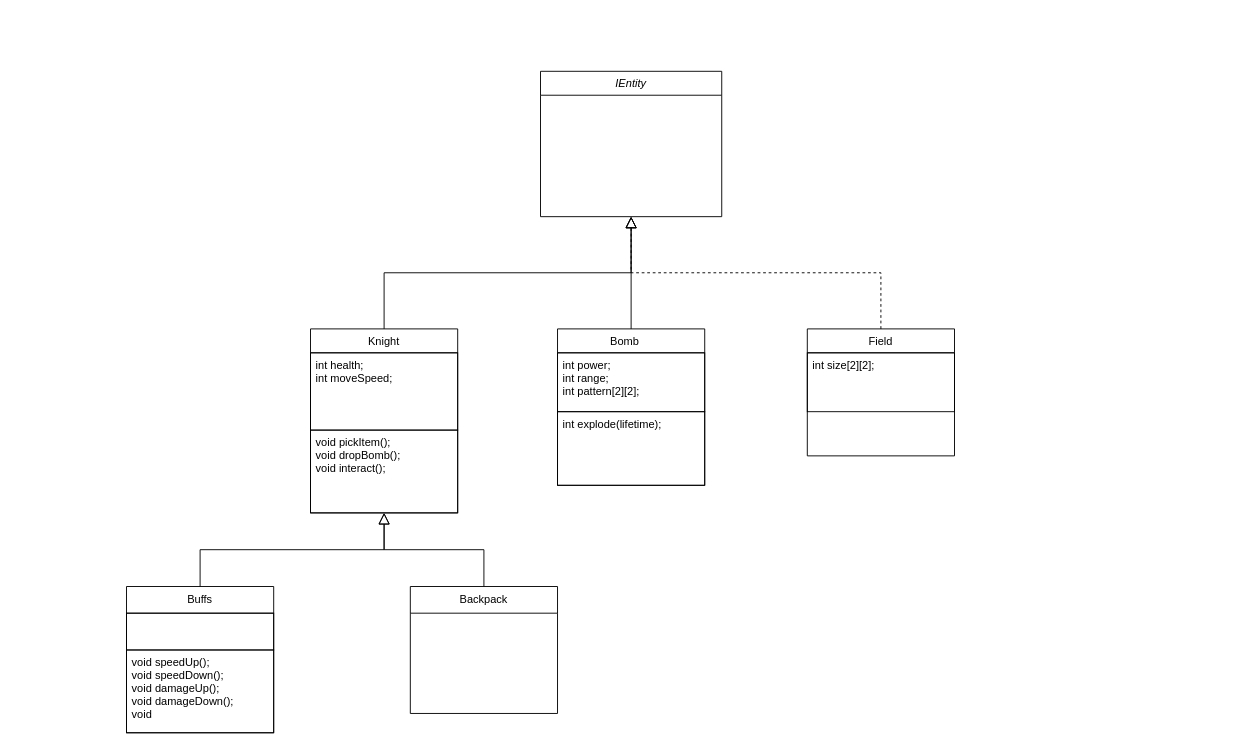
The draw.io diagram page "Entity" (1 of 4) of UMLGeneralFramework.drawio in Kragoum/BomberKnight, before the edit. Source tidied: cells renumbered, new cells numbered last; positions are measured from the earlier drawing's top-left corner, leaving out a move shared by most shapes. Both pictures are drawn from the tidied source at 92%, with x=0, y=0 at pixel (126, 71).
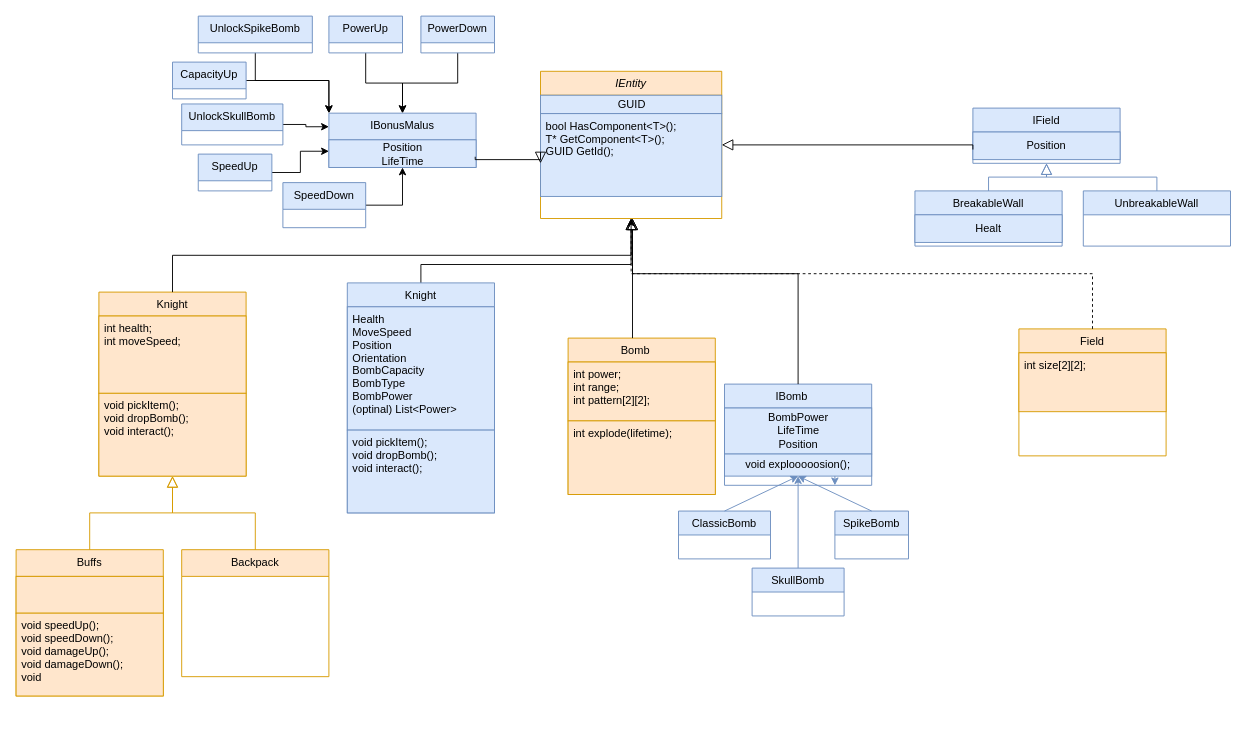
After the change.

Change to the diagram source:
```diff
@@
-    <mxCell id="2" value="IEntity" style="swimlane;fontStyle=2;align=center;verticalAlign=top;horizontal=1;startSize=26;rounded=0;shadow=0;strokeWidth=1;" parent="1" vertex="1">
-      <mxGeometry x="450" width="197" height="158" as="geometry" />
+    <mxCell id="2" value="IEntity" style="swimlane;fontStyle=2;align=center;verticalAlign=top;horizontal=1;startSize=26;rounded=0;shadow=0;strokeWidth=1;fillColor=#ffe6cc;strokeColor=#d79b00;" parent="1" vertex="1">
+      <mxGeometry x="450" width="197" height="160" as="geometry" />
     </mxCell>
+    <mxCell id="20" value="GUID" style="text;html=1;align=center;verticalAlign=middle;strokeColor=#6c8ebf;fillColor=#dae8fc;" parent="2" vertex="1">
+      <mxGeometry y="26" width="197" height="20" as="geometry" />
+    </mxCell>
+    <mxCell id="21" value="bool HasComponent&lt;T&gt;();&#10;T* GetComponent&lt;T&gt;();&#10;GUID GetId();" style="text;align=left;verticalAlign=top;spacingLeft=4;spacingRight=4;overflow=hidden;strokeColor=#6c8ebf;fillColor=#dae8fc;" parent="2" vertex="1">
+      <mxGeometry y="46" width="197" height="90" as="geometry" />
+    </mxCell>
-    <mxCell id="3" value="Knight" style="swimlane;fontStyle=0;align=center;verticalAlign=top;horizontal=1;startSize=26;rounded=0;shadow=0;strokeWidth=1;" parent="1" vertex="1">
-      <mxGeometry x="200" y="280" width="160" height="200" as="geometry" />
+    <mxCell id="3" value="Knight" style="swimlane;fontStyle=0;align=center;verticalAlign=top;horizontal=1;startSize=26;rounded=0;shadow=0;strokeWidth=1;fillColor=#ffe6cc;strokeColor=#d79b00;" parent="1" vertex="1">
+      <mxGeometry x="-30" y="240" width="160" height="200" as="geometry" />
     </mxCell>
-    <mxCell id="4" value="int health;&#10;int moveSpeed;&#10;" style="text;align=left;verticalAlign=top;spacingLeft=4;spacingRight=4;overflow=hidden;strokeColor=default;" parent="3" vertex="1">
+    <mxCell id="4" value="int health;&#10;int moveSpeed;&#10;" style="text;align=left;verticalAlign=top;spacingLeft=4;spacingRight=4;overflow=hidden;strokeColor=#d79b00;fillColor=#ffe6cc;" parent="3" vertex="1">
       <mxGeometry y="26" width="160" height="84" as="geometry" />
     </mxCell>
-    <mxCell id="5" value="void pickItem();&#10;void dropBomb();&#10;void interact();&#10;" style="text;align=left;verticalAlign=top;spacingLeft=4;spacingRight=4;overflow=hidden;points=[[0,0.5],[1,0.5]];portConstraint=eastwest;strokeColor=default;" parent="3" vertex="1">
+    <mxCell id="5" value="void pickItem();&#10;void dropBomb();&#10;void interact();&#10;" style="text;align=left;verticalAlign=top;spacingLeft=4;spacingRight=4;overflow=hidden;points=[[0,0.5],[1,0.5]];portConstraint=eastwest;strokeColor=#d79b00;fillColor=#ffe6cc;" parent="3" vertex="1">
       <mxGeometry y="110" width="160" height="90" as="geometry" />
     </mxCell>
@@
-    <mxCell id="7" value="Bomb    " style="swimlane;fontStyle=0;align=center;verticalAlign=top;horizontal=1;startSize=26;rounded=0;shadow=0;strokeWidth=1;" parent="1" vertex="1">
-      <mxGeometry x="468.5" y="280" width="160" height="170" as="geometry" />
+    <mxCell id="7" value="Bomb    " style="swimlane;fontStyle=0;align=center;verticalAlign=top;horizontal=1;startSize=26;rounded=0;shadow=0;strokeWidth=1;fillColor=#ffe6cc;strokeColor=#d79b00;" parent="1" vertex="1">
+      <mxGeometry x="480" y="290" width="160" height="170" as="geometry" />
     </mxCell>
-    <mxCell id="8" value="int power;&#10;int range;&#10;int pattern[2][2];&#10;&#10;" style="text;align=left;verticalAlign=top;spacingLeft=4;spacingRight=4;overflow=hidden;strokeColor=default;" parent="7" vertex="1">
+    <mxCell id="8" value="int power;&#10;int range;&#10;int pattern[2][2];&#10;&#10;" style="text;align=left;verticalAlign=top;spacingLeft=4;spacingRight=4;overflow=hidden;strokeColor=#d79b00;fillColor=#ffe6cc;" parent="7" vertex="1">
       <mxGeometry y="26" width="160" height="64" as="geometry" />
     </mxCell>
-    <mxCell id="9" value="int explode(lifetime);&#10;" style="text;align=left;verticalAlign=top;spacingLeft=4;spacingRight=4;overflow=hidden;strokeColor=default;" parent="7" vertex="1">
+    <mxCell id="9" value="int explode(lifetime);&#10;" style="text;align=left;verticalAlign=top;spacingLeft=4;spacingRight=4;overflow=hidden;strokeColor=#d79b00;fillColor=#ffe6cc;" parent="7" vertex="1">
       <mxGeometry y="90" width="160" height="80" as="geometry" />
     </mxCell>
     <mxCell id="10" style="endArrow=block;endSize=10;endFill=0;shadow=0;strokeWidth=1;rounded=0;edgeStyle=elbowEdgeStyle;elbow=vertical;" parent="1" edge="1" source="7" target="2">
-      <mxGeometry relative="1" as="geometry" />
+      <mxGeometry relative="1" as="geometry">
+        <Array as="points">
+          <mxPoint x="550" y="220" />
+        </Array>
+      </mxGeometry>
     </mxCell>
-    <mxCell id="11" value="Buffs" style="swimlane;fontStyle=0;align=center;verticalAlign=top;horizontal=1;startSize=29;rounded=0;shadow=0;strokeWidth=1;" parent="1" vertex="1">
-      <mxGeometry y="560" width="160" height="159" as="geometry" />
+    <mxCell id="11" value="Buffs" style="swimlane;fontStyle=0;align=center;verticalAlign=top;horizontal=1;startSize=29;rounded=0;shadow=0;strokeWidth=1;fillColor=#ffe6cc;strokeColor=#d79b00;" parent="1" vertex="1">
+      <mxGeometry x="-120" y="520" width="160" height="159" as="geometry" />
     </mxCell>
-    <mxCell id="12" style="text;html=1;align=center;verticalAlign=middle;strokeColor=default;fillColor=none;" parent="11" vertex="1">
+    <mxCell id="12" style="text;html=1;align=center;verticalAlign=middle;strokeColor=#d79b00;fillColor=#ffe6cc;" parent="11" vertex="1">
       <mxGeometry y="29" width="160" height="40" as="geometry" />
     </mxCell>
-    <mxCell id="13" value="void speedUp();&#10;void speedDown();&#10;void damageUp();&#10;void damageDown();&#10;void " style="text;align=left;verticalAlign=top;spacingLeft=4;spacingRight=4;overflow=hidden;strokeColor=default;" parent="11" vertex="1">
+    <mxCell id="13" value="void speedUp();&#10;void speedDown();&#10;void damageUp();&#10;void damageDown();&#10;void " style="text;align=left;verticalAlign=top;spacingLeft=4;spacingRight=4;overflow=hidden;strokeColor=#d79b00;fillColor=#ffe6cc;" parent="11" vertex="1">
       <mxGeometry y="69" width="160" height="90" as="geometry" />
     </mxCell>
-    <mxCell id="14" value="Field" style="swimlane;fontStyle=0;align=center;verticalAlign=top;horizontal=1;startSize=26;rounded=0;shadow=0;strokeWidth=1;" parent="1" vertex="1">
-      <mxGeometry x="740" y="280" width="160" height="138" as="geometry" />
+    <mxCell id="14" value="Field" style="swimlane;fontStyle=0;align=center;verticalAlign=top;horizontal=1;startSize=26;rounded=0;shadow=0;strokeWidth=1;fillColor=#ffe6cc;strokeColor=#d79b00;" parent="1" vertex="1">
+      <mxGeometry x="970" y="280" width="160" height="138" as="geometry" />
     </mxCell>
-    <mxCell id="15" value="int size[2][2];&#10;&#10;" style="text;align=left;verticalAlign=top;spacingLeft=4;spacingRight=4;overflow=hidden;strokeColor=default;" parent="14" vertex="1">
+    <mxCell id="15" value="int size[2][2];&#10;&#10;" style="text;align=left;verticalAlign=top;spacingLeft=4;spacingRight=4;overflow=hidden;strokeColor=#d79b00;fillColor=#ffe6cc;" parent="14" vertex="1">
       <mxGeometry y="26" width="160" height="64" as="geometry" />
     </mxCell>
@@
-    <mxCell id="17" value="Backpack" style="swimlane;fontStyle=0;align=center;verticalAlign=top;horizontal=1;startSize=29;rounded=0;shadow=0;strokeWidth=1;" parent="1" vertex="1">
-      <mxGeometry x="308.5" y="560" width="160" height="138" as="geometry" />
+    <mxCell id="17" value="Backpack" style="swimlane;fontStyle=0;align=center;verticalAlign=top;horizontal=1;startSize=29;rounded=0;shadow=0;strokeWidth=1;fillColor=#ffe6cc;strokeColor=#d79b00;" parent="1" vertex="1">
+      <mxGeometry x="60" y="520" width="160" height="138" as="geometry" />
     </mxCell>
-    <mxCell id="18" style="endArrow=block;endSize=10;endFill=0;shadow=0;strokeWidth=1;rounded=0;edgeStyle=elbowEdgeStyle;elbow=vertical;entryX=0.5;entryY=1;entryDx=0;entryDy=0;entryPerimeter=0;exitX=0.5;exitY=0;exitDx=0;exitDy=0;" parent="1" edge="1" source="17" target="5">
+    <mxCell id="18" style="endArrow=block;endSize=10;endFill=0;shadow=0;strokeWidth=1;rounded=0;edgeStyle=elbowEdgeStyle;elbow=vertical;entryX=0.5;entryY=1;entryDx=0;entryDy=0;entryPerimeter=0;exitX=0.5;exitY=0;exitDx=0;exitDy=0;fillColor=#ffe6cc;strokeColor=#d79b00;" parent="1" edge="1" source="17" target="5">
       <mxGeometry relative="1" as="geometry" />
     </mxCell>
-    <mxCell id="19" style="endArrow=block;endSize=10;endFill=0;shadow=0;strokeWidth=1;rounded=0;edgeStyle=elbowEdgeStyle;elbow=vertical;exitX=0.5;exitY=0;exitDx=0;exitDy=0;" parent="1" edge="1" source="11">
+    <mxCell id="19" style="endArrow=block;endSize=10;endFill=0;shadow=0;strokeWidth=1;rounded=0;edgeStyle=elbowEdgeStyle;elbow=vertical;exitX=0.5;exitY=0;exitDx=0;exitDy=0;fillColor=#ffe6cc;strokeColor=#d79b00;" parent="1" edge="1" source="11">
       <mxGeometry relative="1" as="geometry">
-        <mxPoint x="280" y="480" as="targetPoint" />
+        <mxPoint x="50" y="440" as="targetPoint" />
       </mxGeometry>
     </mxCell>
+    <mxCell id="22" value="IField" style="swimlane;fontStyle=0;align=center;verticalAlign=top;horizontal=1;startSize=26;rounded=0;shadow=0;strokeWidth=1;fillColor=#dae8fc;strokeColor=#6c8ebf;" parent="1" vertex="1">
+      <mxGeometry x="920" y="40" width="160" height="60" as="geometry" />
+    </mxCell>
+    <mxCell id="23" value="Position" style="text;html=1;strokeColor=#6c8ebf;fillColor=#dae8fc;align=center;verticalAlign=middle;whiteSpace=wrap;rounded=0;" parent="22" vertex="1">
+      <mxGeometry y="26" width="160" height="30" as="geometry" />
+    </mxCell>
+    <mxCell id="24" style="endArrow=block;endSize=10;endFill=0;shadow=0;strokeWidth=1;rounded=0;edgeStyle=elbowEdgeStyle;elbow=vertical;entryX=1;entryY=0.5;entryDx=0;entryDy=0;exitX=0;exitY=0.75;exitDx=0;exitDy=0;" parent="1" edge="1" source="22" target="2">
+      <mxGeometry relative="1" as="geometry">
+        <Array as="points">
+          <mxPoint x="800" y="80" />
+        </Array>
+      </mxGeometry>
+    </mxCell>
+    <mxCell id="25" value="BreakableWall" style="swimlane;fontStyle=0;align=center;verticalAlign=top;horizontal=1;startSize=26;rounded=0;shadow=0;strokeWidth=1;fillColor=#dae8fc;strokeColor=#6c8ebf;" parent="1" vertex="1">
+      <mxGeometry x="857" y="130" width="160" height="60" as="geometry" />
+    </mxCell>
+    <mxCell id="26" value="Healt" style="text;html=1;strokeColor=#6c8ebf;fillColor=#dae8fc;align=center;verticalAlign=middle;whiteSpace=wrap;rounded=0;" parent="25" vertex="1">
+      <mxGeometry y="26" width="160" height="30" as="geometry" />
+    </mxCell>
+    <mxCell id="27" value="UnbreakableWall" style="swimlane;fontStyle=0;align=center;verticalAlign=top;horizontal=1;startSize=26;rounded=0;shadow=0;strokeWidth=1;fillColor=#dae8fc;strokeColor=#6c8ebf;" parent="1" vertex="1">
+      <mxGeometry x="1040" y="130" width="160" height="60" as="geometry" />
+    </mxCell>
+    <mxCell id="28" style="endArrow=block;endSize=10;endFill=0;shadow=0;strokeWidth=1;rounded=0;edgeStyle=elbowEdgeStyle;elbow=vertical;entryX=0.5;entryY=1;entryDx=0;entryDy=0;fillColor=#dae8fc;strokeColor=#6c8ebf;" parent="1" edge="1" source="25" target="22">
+      <mxGeometry relative="1" as="geometry" />
+    </mxCell>
+    <mxCell id="29" style="endArrow=block;endSize=10;endFill=0;shadow=0;strokeWidth=1;rounded=0;edgeStyle=elbowEdgeStyle;elbow=vertical;fillColor=#dae8fc;strokeColor=#6c8ebf;" parent="1" edge="1" source="27">
+      <mxGeometry relative="1" as="geometry">
+        <mxPoint x="1000" y="100" as="targetPoint" />
+      </mxGeometry>
+    </mxCell>
+    <mxCell id="30" value="IBomb    " style="swimlane;fontStyle=0;align=center;verticalAlign=top;horizontal=1;startSize=26;rounded=0;shadow=0;strokeWidth=1;fillColor=#dae8fc;strokeColor=#6c8ebf;" parent="1" vertex="1">
+      <mxGeometry x="650" y="340" width="160" height="110" as="geometry" />
+    </mxCell>
+    <mxCell id="31" value="&lt;span style=&quot;text-align: left;&quot;&gt;BombPower&lt;/span&gt;&lt;br&gt;LifeTime&lt;br&gt;Position" style="text;html=1;align=center;verticalAlign=middle;strokeColor=#6c8ebf;fillColor=#dae8fc;" parent="30" vertex="1">
+      <mxGeometry y="26" width="160" height="50" as="geometry" />
+    </mxCell>
+    <mxCell id="32" style="edgeStyle=orthogonalEdgeStyle;rounded=0;jettySize=auto;html=1;exitX=0.75;exitY=1;exitDx=0;exitDy=0;entryX=0.75;entryY=1;entryDx=0;entryDy=0;fillColor=#dae8fc;strokeColor=#6c8ebf;" parent="30" edge="1" source="33" target="30">
+      <mxGeometry relative="1" as="geometry" />
+    </mxCell>
+    <mxCell id="33" value="void explooooosion();" style="rounded=0;whiteSpace=wrap;html=1;fillColor=#dae8fc;strokeColor=#6c8ebf;" parent="30" vertex="1">
+      <mxGeometry y="76" width="160" height="24" as="geometry" />
+    </mxCell>
+    <mxCell id="34" value="ClassicBomb" style="swimlane;fontStyle=0;align=center;verticalAlign=top;horizontal=1;startSize=26;rounded=0;shadow=0;strokeWidth=1;fillColor=#dae8fc;strokeColor=#6c8ebf;" parent="1" vertex="1">
+      <mxGeometry x="600" y="478" width="100" height="52" as="geometry" />
+    </mxCell>
+    <mxCell id="35" value="SpikeBomb" style="swimlane;fontStyle=0;align=center;verticalAlign=top;horizontal=1;startSize=26;rounded=0;shadow=0;strokeWidth=1;fillColor=#dae8fc;strokeColor=#6c8ebf;" parent="1" vertex="1">
+      <mxGeometry x="770" y="478" width="80" height="52" as="geometry" />
+    </mxCell>
+    <mxCell id="36" style="endArrow=classic;html=1;rounded=0;entryX=0.5;entryY=1;entryDx=0;entryDy=0;exitX=0.5;exitY=0;exitDx=0;exitDy=0;fillColor=#dae8fc;strokeColor=#6c8ebf;" parent="1" edge="1" source="34" target="33">
+      <mxGeometry relative="1" as="geometry" />
+    </mxCell>
+    <mxCell id="37" style="endArrow=classic;html=1;rounded=0;entryX=0.5;entryY=1;entryDx=0;entryDy=0;exitX=0.5;exitY=0;exitDx=0;exitDy=0;fillColor=#dae8fc;strokeColor=#6c8ebf;" parent="1" edge="1" source="35" target="33">
+      <mxGeometry relative="1" as="geometry" />
+    </mxCell>
+    <mxCell id="38" value="SkullBomb" style="swimlane;fontStyle=0;align=center;verticalAlign=top;horizontal=1;startSize=26;rounded=0;shadow=0;strokeWidth=1;fillColor=#dae8fc;strokeColor=#6c8ebf;" parent="1" vertex="1">
+      <mxGeometry x="680" y="540" width="100" height="52" as="geometry" />
+    </mxCell>
+    <mxCell id="39" style="endArrow=classic;html=1;rounded=0;entryX=0.5;entryY=1;entryDx=0;entryDy=0;exitX=0.5;exitY=0;exitDx=0;exitDy=0;fillColor=#dae8fc;strokeColor=#6c8ebf;" parent="1" edge="1" source="38" target="33">
+      <mxGeometry relative="1" as="geometry" />
+    </mxCell>
+    <mxCell id="40" style="endArrow=block;endSize=10;endFill=0;shadow=0;strokeWidth=1;rounded=0;edgeStyle=elbowEdgeStyle;elbow=vertical;exitX=0.5;exitY=0;exitDx=0;exitDy=0;" parent="1" edge="1" source="30">
+      <mxGeometry relative="1" as="geometry">
+        <mxPoint x="550" y="160" as="targetPoint" />
+        <Array as="points">
+          <mxPoint x="680" y="220" />
+        </Array>
+      </mxGeometry>
+    </mxCell>
+    <mxCell id="41" style="edgeStyle=orthogonalEdgeStyle;rounded=0;jettySize=auto;html=1;entryX=0.5;entryY=1;entryDx=0;entryDy=0;" parent="1" edge="1" source="42" target="2">
+      <mxGeometry relative="1" as="geometry">
+        <Array as="points">
+          <mxPoint x="320" y="210" />
+          <mxPoint x="549" y="210" />
+        </Array>
+      </mxGeometry>
+    </mxCell>
+    <mxCell id="42" value="Knight" style="swimlane;fontStyle=0;align=center;verticalAlign=top;horizontal=1;startSize=26;rounded=0;shadow=0;strokeWidth=1;fillColor=#dae8fc;strokeColor=#6c8ebf;" parent="1" vertex="1">
+      <mxGeometry x="240" y="230" width="160" height="250" as="geometry" />
+    </mxCell>
+    <mxCell id="43" value="Health&#10;MoveSpeed&#10;Position&#10;Orientation&#10;BombCapacity&#10;BombType&#10;BombPower&#10;(optinal) List&lt;Power&gt;" style="text;align=left;verticalAlign=top;spacingLeft=4;spacingRight=4;overflow=hidden;fillColor=#dae8fc;strokeColor=#6c8ebf;" parent="42" vertex="1">
+      <mxGeometry y="26" width="160" height="134" as="geometry" />
+    </mxCell>
+    <mxCell id="44" value="void pickItem();&#10;void dropBomb();&#10;void interact();&#10;" style="text;align=left;verticalAlign=top;spacingLeft=4;spacingRight=4;overflow=hidden;fillColor=#dae8fc;strokeColor=#6c8ebf;" parent="42" vertex="1">
+      <mxGeometry y="160" width="160" height="90" as="geometry" />
+    </mxCell>
+    <mxCell id="45" value="IBonusMalus" style="swimlane;fontStyle=0;align=center;verticalAlign=top;horizontal=1;startSize=29;rounded=0;shadow=0;strokeWidth=1;fillColor=#dae8fc;strokeColor=#6c8ebf;" parent="1" vertex="1">
+      <mxGeometry x="220" y="45.5" width="160" height="59" as="geometry" />
+    </mxCell>
+    <mxCell id="46" value="Position&lt;br&gt;LifeTime" style="text;html=1;align=center;verticalAlign=middle;points=[];fillColor=#dae8fc;strokeColor=#6c8ebf;" parent="45" vertex="1">
+      <mxGeometry y="29" width="160" height="30" as="geometry" />
+    </mxCell>
+    <mxCell id="47" style="endArrow=block;endSize=10;endFill=0;shadow=0;strokeWidth=1;rounded=0;edgeStyle=elbowEdgeStyle;elbow=vertical;exitX=0.994;exitY=0.613;exitDx=0;exitDy=0;exitPerimeter=0;" parent="1" edge="1" source="46">
+      <mxGeometry relative="1" as="geometry">
+        <mxPoint x="450" y="100" as="targetPoint" />
+      </mxGeometry>
+    </mxCell>
+    <mxCell id="48" style="edgeStyle=orthogonalEdgeStyle;rounded=0;jettySize=auto;html=1;entryX=0.5;entryY=0;entryDx=0;entryDy=0;" parent="1" edge="1" source="49" target="45">
+      <mxGeometry relative="1" as="geometry" />
+    </mxCell>
+    <mxCell id="49" value="PowerUp" style="swimlane;fontStyle=0;align=center;verticalAlign=top;horizontal=1;startSize=29;rounded=0;shadow=0;strokeWidth=1;fillColor=#dae8fc;strokeColor=#6c8ebf;" parent="1" vertex="1">
+      <mxGeometry x="220" y="-60" width="80" height="40" as="geometry" />
+    </mxCell>
+    <mxCell id="50" style="edgeStyle=orthogonalEdgeStyle;rounded=0;jettySize=auto;html=1;entryX=0;entryY=0.413;entryDx=0;entryDy=0;entryPerimeter=0;" parent="1" edge="1" source="51" target="46">
+      <mxGeometry relative="1" as="geometry" />
+    </mxCell>
+    <mxCell id="51" value="SpeedUp" style="swimlane;fontStyle=0;align=center;verticalAlign=top;horizontal=1;startSize=29;rounded=0;shadow=0;strokeWidth=1;fillColor=#dae8fc;strokeColor=#6c8ebf;" parent="1" vertex="1">
+      <mxGeometry x="78" y="90" width="80" height="40" as="geometry" />
+    </mxCell>
+    <mxCell id="52" style="edgeStyle=orthogonalEdgeStyle;rounded=0;jettySize=auto;html=1;exitX=1;exitY=0.5;exitDx=0;exitDy=0;" parent="1" edge="1" source="53" target="46">
+      <mxGeometry relative="1" as="geometry" />
+    </mxCell>
+    <mxCell id="53" value="SpeedDown" style="swimlane;fontStyle=0;align=center;verticalAlign=top;horizontal=1;startSize=29;rounded=0;shadow=0;strokeWidth=1;fillColor=#dae8fc;strokeColor=#6c8ebf;" parent="1" vertex="1">
+      <mxGeometry x="170" y="121" width="90" height="49" as="geometry" />
+    </mxCell>
+    <mxCell id="54" style="edgeStyle=orthogonalEdgeStyle;rounded=0;jettySize=auto;html=1;entryX=0;entryY=0;entryDx=0;entryDy=0;" parent="1" edge="1" source="55" target="45">
+      <mxGeometry relative="1" as="geometry" />
+    </mxCell>
+    <mxCell id="55" value="CapacityUp" style="swimlane;fontStyle=0;align=center;verticalAlign=top;horizontal=1;startSize=29;rounded=0;shadow=0;strokeWidth=1;fillColor=#dae8fc;strokeColor=#6c8ebf;" parent="1" vertex="1">
+      <mxGeometry x="50" y="-10" width="80" height="40" as="geometry" />
+    </mxCell>
+    <mxCell id="56" style="edgeStyle=orthogonalEdgeStyle;rounded=0;jettySize=auto;html=1;entryX=0;entryY=0;entryDx=0;entryDy=0;" parent="1" edge="1" source="57" target="45">
+      <mxGeometry relative="1" as="geometry">
+        <Array as="points">
+          <mxPoint x="140" y="10" />
+          <mxPoint x="220" y="10" />
+        </Array>
+      </mxGeometry>
+    </mxCell>
+    <mxCell id="57" value="UnlockSpikeBomb" style="swimlane;fontStyle=0;align=center;verticalAlign=top;horizontal=1;startSize=29;rounded=0;shadow=0;strokeWidth=1;fillColor=#dae8fc;strokeColor=#6c8ebf;" parent="1" vertex="1">
+      <mxGeometry x="78" y="-60" width="124" height="40" as="geometry" />
+    </mxCell>
+    <mxCell id="58" style="edgeStyle=orthogonalEdgeStyle;rounded=0;jettySize=auto;html=1;" parent="1" edge="1" source="59" target="45">
+      <mxGeometry relative="1" as="geometry" />
+    </mxCell>
+    <mxCell id="59" value="PowerDown" style="swimlane;fontStyle=0;align=center;verticalAlign=top;horizontal=1;startSize=29;rounded=0;shadow=0;strokeWidth=1;fillColor=#dae8fc;strokeColor=#6c8ebf;" parent="1" vertex="1">
+      <mxGeometry x="320" y="-60" width="80" height="40" as="geometry" />
+    </mxCell>
+    <mxCell id="60" style="edgeStyle=orthogonalEdgeStyle;rounded=0;jettySize=auto;html=1;entryX=0;entryY=0.25;entryDx=0;entryDy=0;" parent="1" edge="1" source="61" target="45">
+      <mxGeometry relative="1" as="geometry" />
+    </mxCell>
+    <mxCell id="61" value="UnlockSkullBomb" style="swimlane;fontStyle=0;align=center;verticalAlign=top;horizontal=1;startSize=29;rounded=0;shadow=0;strokeWidth=1;fillColor=#dae8fc;strokeColor=#6c8ebf;" parent="1" vertex="1">
+      <mxGeometry x="60" y="35.5" width="110" height="44.5" as="geometry" />
+    </mxCell>
```
